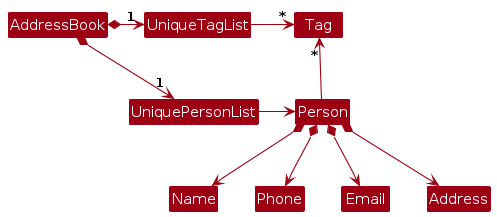
AY2627S1-CS2103-F10-2/tp keeps this PlantUML diagram as diagrams/BetterModelClassDiagram.png. Above is the earlier version. Its source is kept beside it as diagrams/BetterModelClassDiagram.puml.
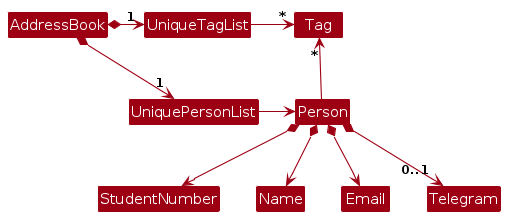
Above is the later version.

The edit, as a diff of the source:
```diff
@@ -14,8 +14,8 @@
 
 Person -up-> "*" Tag
 
+Person *--> StudentNumber
 Person *--> Name
-Person *--> Phone
 Person *--> Email
-Person *--> Address
+Person *--> "0..1" Telegram
 @enduml
```
